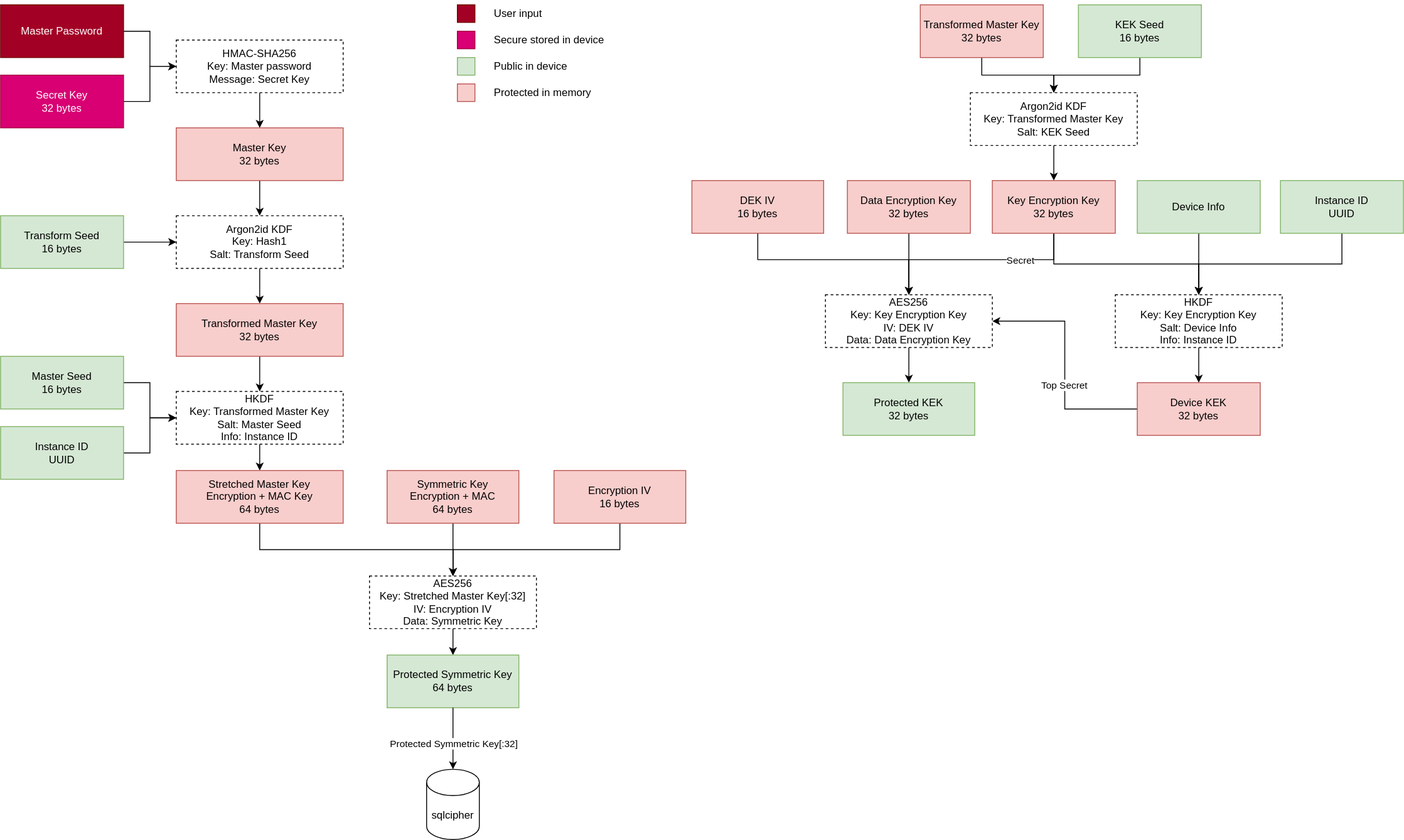
Above: doc/key-derive.drawio.svg in quillgen/cryptowl (draw.io), before the change. Source tidied: cells renumbered, new cells last; positions are measured from the earlier drawing's top-left corner, leaving out a move shared by most shapes.
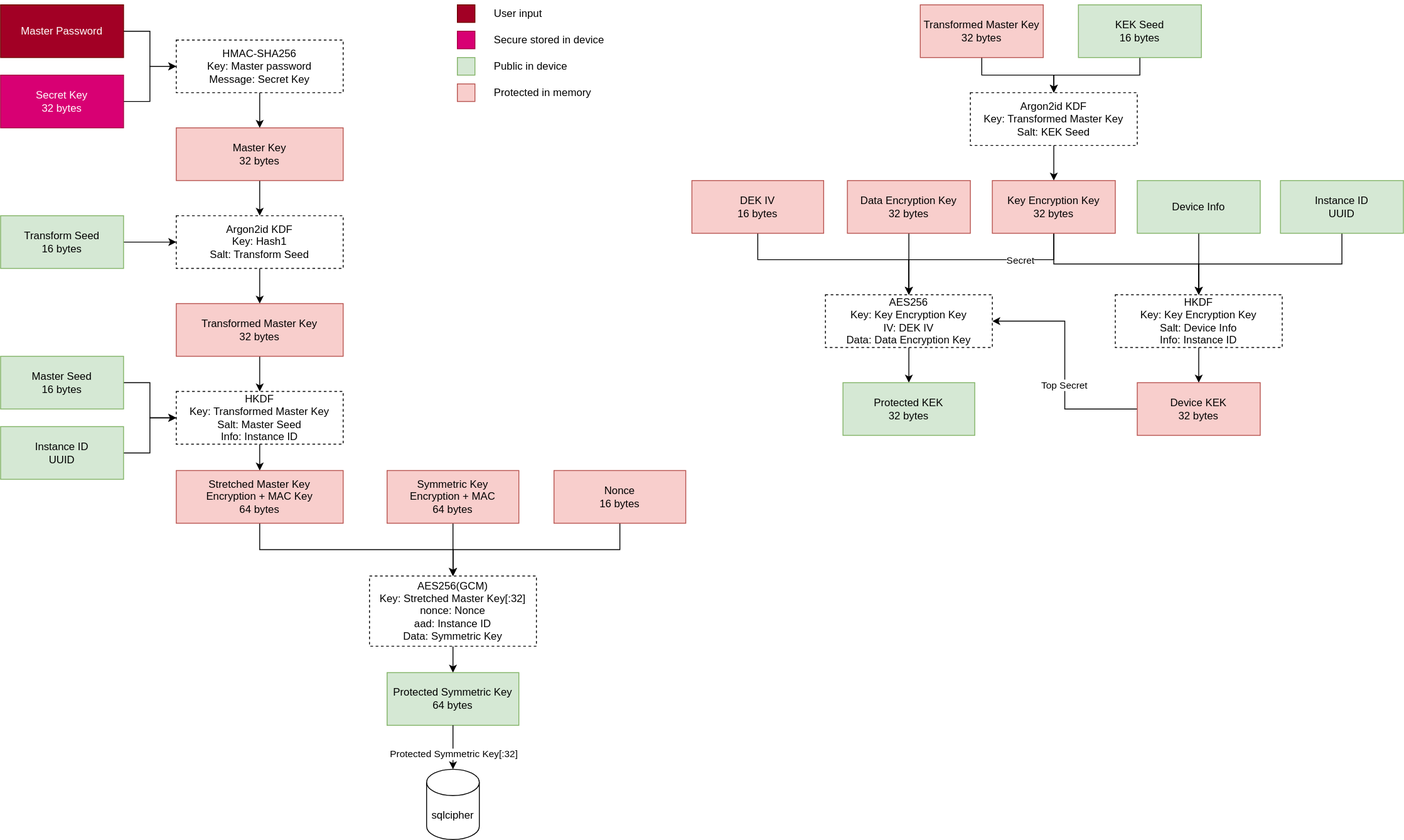
Later version of the same file.

Diff of the diagram source:
```diff
@@ -87,17 +87,17 @@
         </Array>
       </mxGeometry>
     </mxCell>
-    <mxCell id="27" value="Encryption IV&lt;div&gt;16 bytes&lt;/div&gt;" style="rounded=0;whiteSpace=wrap;html=1;align=center;fillColor=#f8cecc;strokeColor=#b85450;" parent="1" vertex="1">
+    <mxCell id="27" value="Nonce&lt;div&gt;16 bytes&lt;/div&gt;" style="rounded=0;whiteSpace=wrap;html=1;align=center;fillColor=#f8cecc;strokeColor=#b85450;" parent="1" vertex="1">
       <mxGeometry x="630" y="535" width="150" height="60" as="geometry" />
     </mxCell>
     <mxCell id="28" style="edgeStyle=orthogonalEdgeStyle;rounded=0;jettySize=auto;html=1;entryX=0.5;entryY=0;entryDx=0;entryDy=0;" parent="1" edge="1" source="29" target="30">
       <mxGeometry relative="1" as="geometry" />
     </mxCell>
-    <mxCell id="29" value="AES256&lt;div&gt;Key: Stretched Master Key[:32]&lt;/div&gt;&lt;div&gt;IV: Encryption IV&lt;/div&gt;&lt;div&gt;Data: Symmetric Key&lt;/div&gt;" style="rounded=0;whiteSpace=wrap;html=1;align=center;dashed=1;" parent="1" vertex="1">
-      <mxGeometry x="420" y="655" width="190" height="60" as="geometry" />
+    <mxCell id="29" value="AES256(GCM)&lt;div&gt;Key: Stretched Master Key[:32]&lt;/div&gt;&lt;div&gt;nonce: Nonce&lt;/div&gt;&lt;div&gt;aad: Instance ID&lt;/div&gt;&lt;div&gt;Data: Symmetric Key&lt;/div&gt;" style="rounded=0;whiteSpace=wrap;html=1;align=center;dashed=1;" parent="1" vertex="1">
+      <mxGeometry x="420" y="655" width="190" height="80" as="geometry" />
     </mxCell>
     <mxCell id="30" value="Protected Symmetric Key&lt;div&gt;64 bytes&lt;/div&gt;" style="rounded=0;whiteSpace=wrap;html=1;align=center;fillColor=#d5e8d4;strokeColor=#82b366;" parent="1" vertex="1">
-      <mxGeometry x="440" y="745" width="150" height="60" as="geometry" />
+      <mxGeometry x="440" y="765" width="150" height="60" as="geometry" />
     </mxCell>
     <mxCell id="31" value="sqlcipher" style="shape=cylinder3;whiteSpace=wrap;html=1;boundedLbl=1;backgroundOutline=1;size=15;" parent="1" vertex="1">
       <mxGeometry x="485" y="875" width="60" height="80" as="geometry" />
```
